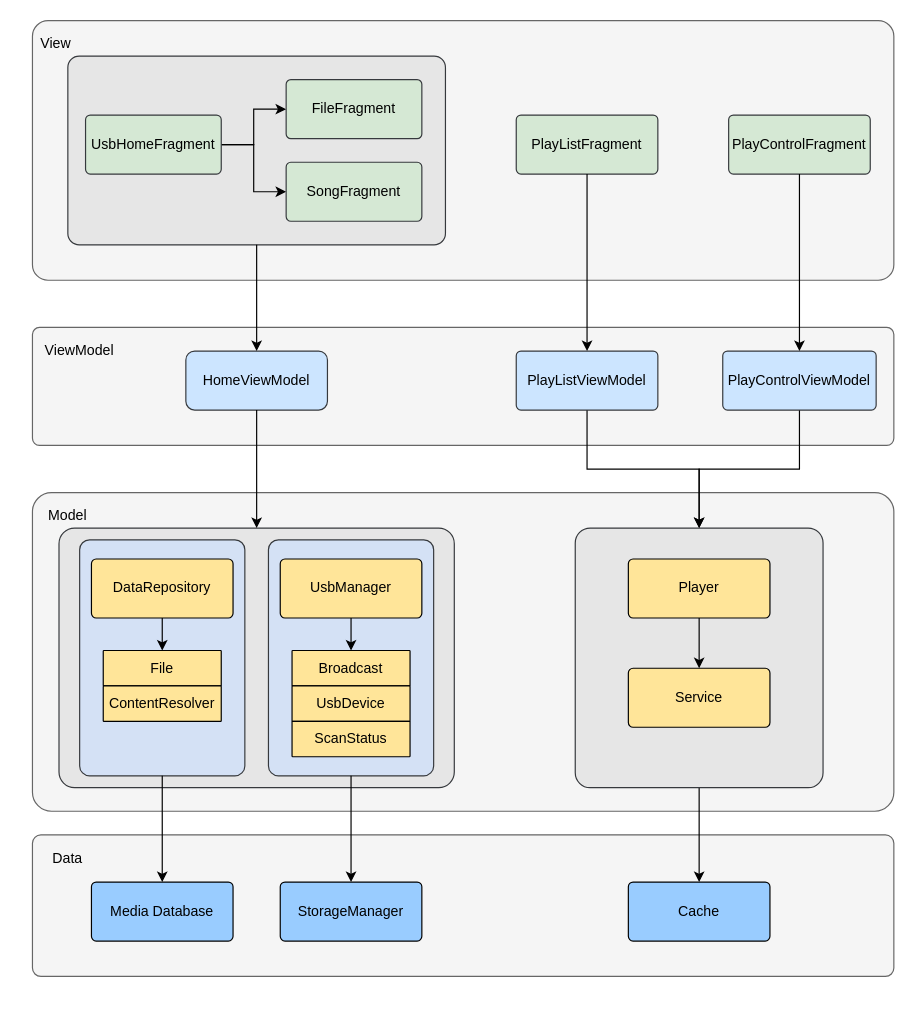
Earlier version of the draw.io diagram Untitled Diagram.drawio (mengzhi5575/TestGit). Source tidied: cells renumbered, new cells numbered last; positions are measured from the earlier drawing's top-left corner, leaving out a move shared by most shapes. Both pictures are drawn from the tidied source at 118%, with x=0, y=0 at pixel (20, 20).
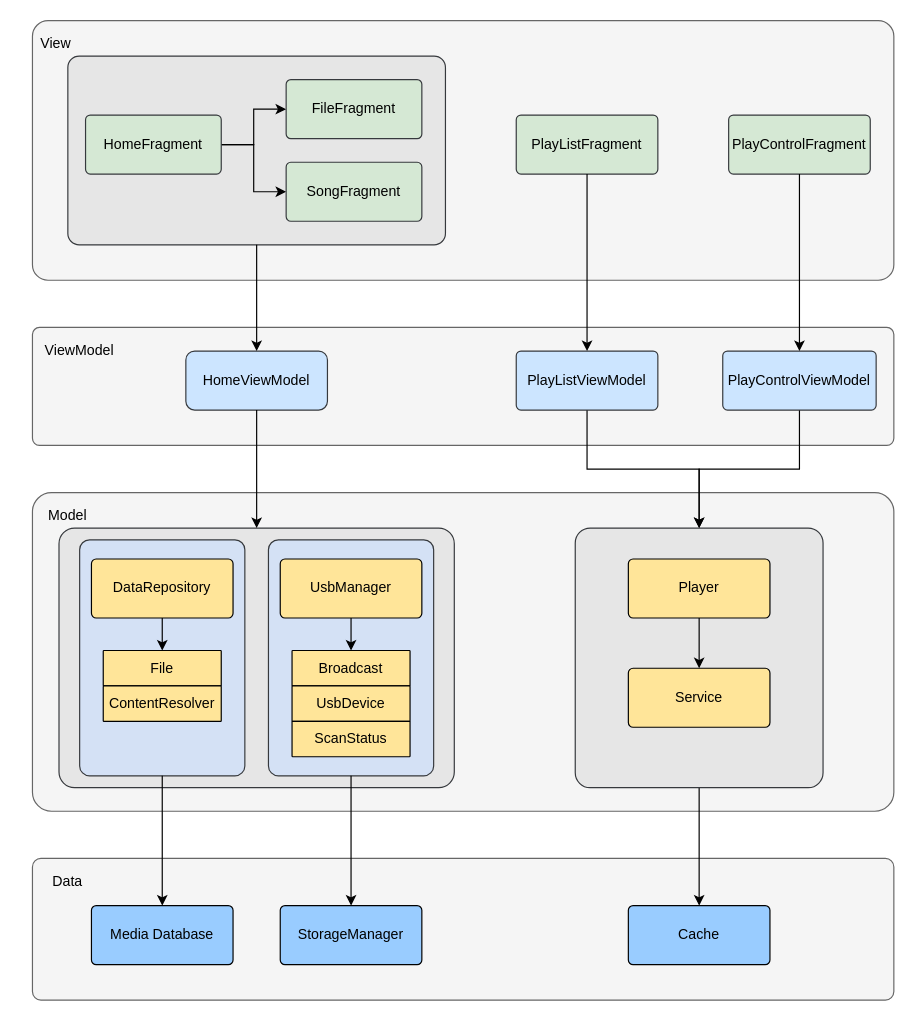
The same page after the edit.

Change to the diagram source:
```diff
@@
     <mxCell id="6" style="rounded=1;whiteSpace=wrap;html=1;fillColor=#f5f5f5;fontColor=#333333;strokeColor=#666666;align=left;arcSize=6;" parent="1" vertex="1">
-      <mxGeometry x="10" y="690" width="730" height="120" as="geometry" />
+      <mxGeometry x="10" y="710" width="730" height="120" as="geometry" />
     </mxCell>
@@
-    <mxCell id="25" value="UsbHomeFragment" style="rounded=1;whiteSpace=wrap;html=1;arcSize=8;fillColor=#D5E8D4;strokeColor=#36393d;" parent="1" vertex="1">
+    <mxCell id="25" value="HomeFragment" style="rounded=1;whiteSpace=wrap;html=1;arcSize=8;fillColor=#D5E8D4;strokeColor=#36393d;" parent="1" vertex="1">
       <mxGeometry x="55" y="80" width="115" height="50" as="geometry" />
     </mxCell>
@@
     <mxCell id="33" value="Media Database" style="rounded=1;whiteSpace=wrap;html=1;fillColor=#99CCFF;strokeColor=#000000;arcSize=8;" parent="1" vertex="1">
-      <mxGeometry x="60" y="730" width="120" height="50" as="geometry" />
+      <mxGeometry x="60" y="750" width="120" height="50" as="geometry" />
     </mxCell>
@@
     <mxCell id="35" value="Cache" style="rounded=1;whiteSpace=wrap;html=1;fillColor=#99CCFF;strokeColor=#000000;arcSize=8;" parent="1" vertex="1">
-      <mxGeometry x="515" y="730" width="120" height="50" as="geometry" />
+      <mxGeometry x="515" y="750" width="120" height="50" as="geometry" />
     </mxCell>
     <mxCell id="36" value="Data" style="text;html=1;strokeColor=none;fillColor=none;align=center;verticalAlign=middle;whiteSpace=wrap;rounded=0;" parent="1" vertex="1">
-      <mxGeometry x="10" y="700" width="60" height="20" as="geometry" />
+      <mxGeometry x="10" y="720" width="60" height="20" as="geometry" />
     </mxCell>
@@
     <mxCell id="47" value="StorageManager" style="rounded=1;whiteSpace=wrap;html=1;fillColor=#99CCFF;strokeColor=#000000;arcSize=8;" parent="1" vertex="1">
-      <mxGeometry x="220" y="730" width="120" height="50" as="geometry" />
+      <mxGeometry x="220" y="750" width="120" height="50" as="geometry" />
     </mxCell>
```
